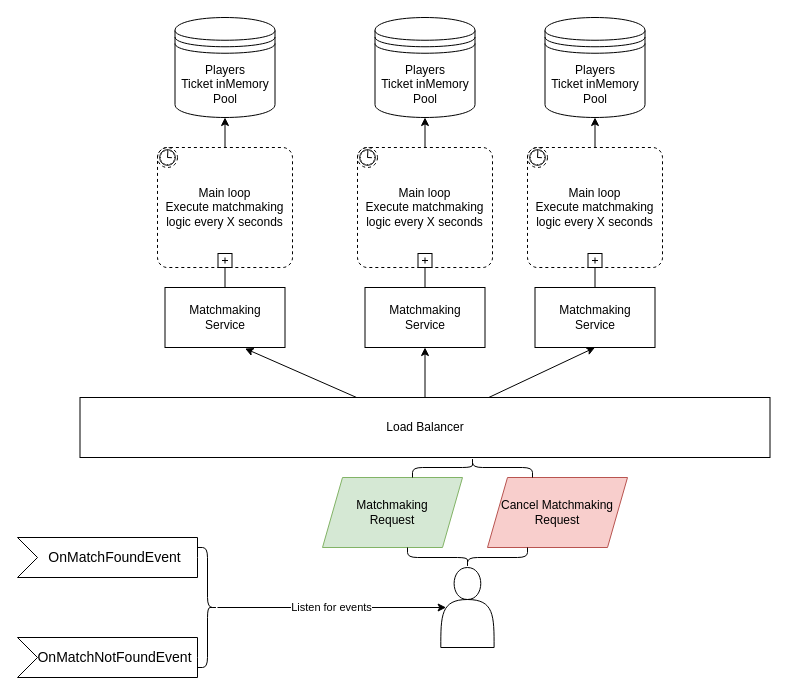
Above: docs/architecture.drawio in eQuid96/matchmaking-test (draw.io), before the change. Source tidied: cells renumbered, new cells numbered last; positions are measured from the earlier drawing's top-left corner, leaving out a move shared by most shapes. Both pictures are drawn from the tidied source at 100%, with x=0, y=0 at pixel (17, 17).
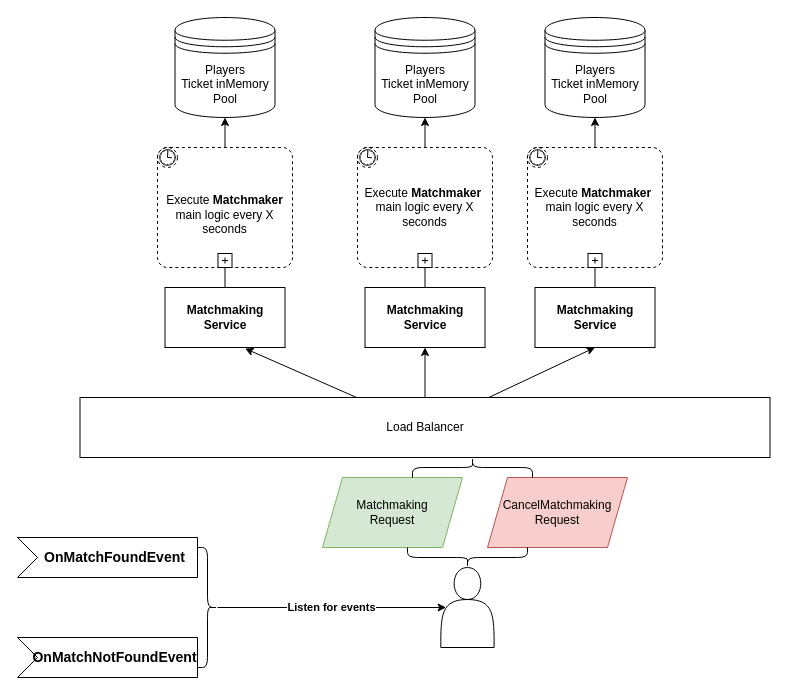
The same page after the edit.

Unchanged cells that the change refers to:
```xml
<mxCell id="9" style="group;" parent="1" vertex="1">
  <mxGeometry y="440" width="610" height="220" as="geometry" />
</mxCell>
<mxCell id="10" style="shape=actor;whiteSpace=wrap;html=1;" parent="9" vertex="1">
  <mxGeometry x="423.3" y="110" width="53.3" height="80" as="geometry" />
</mxCell>
<mxCell id="17" style="shape=curlyBracket;whiteSpace=wrap;html=1;rounded=1;flipH=1;labelPosition=right;verticalLabelPosition=middle;align=left;verticalAlign=middle;" parent="9" vertex="1">
  <mxGeometry x="180" y="90" width="20" height="120" as="geometry" />
</mxCell>
```

What changed in the source:
```diff
@@
-    <mxCell id="3" value="Matchmaking&lt;br&gt;Service" style="rounded=0;whiteSpace=wrap;html=1;" parent="1" vertex="1">
+    <mxCell id="3" value="&lt;b&gt;Matchmaking&lt;br&gt;Service&lt;/b&gt;" style="rounded=0;whiteSpace=wrap;html=1;" parent="1" vertex="1">
       <mxGeometry x="147.5" y="270" width="120" height="60" as="geometry" />
     </mxCell>
@@
-    <mxCell id="11" value="OnMatchFoundEvent" style="html=1;shape=mxgraph.infographic.ribbonSimple;notch1=20;notch2=0;align=center;verticalAlign=middle;fontSize=14;fontStyle=0;fillColor=#FFFFFF;flipH=0;spacingRight=0;spacingLeft=14;" parent="9" vertex="1">
+    <mxCell id="11" value="&lt;b&gt;OnMatchFoundEvent&lt;/b&gt;" style="html=1;shape=mxgraph.infographic.ribbonSimple;notch1=20;notch2=0;align=center;verticalAlign=middle;fontSize=14;fontStyle=0;fillColor=#FFFFFF;flipH=0;spacingRight=0;spacingLeft=14;" parent="9" vertex="1">
       <mxGeometry y="80" width="180" height="40" as="geometry" />
     </mxCell>
-    <mxCell id="12" value="OnMatchNotFoundEvent" style="html=1;shape=mxgraph.infographic.ribbonSimple;notch1=20;notch2=0;align=center;verticalAlign=middle;fontSize=14;fontStyle=0;fillColor=#FFFFFF;flipH=0;spacingRight=0;spacingLeft=14;" parent="9" vertex="1">
+    <mxCell id="12" value="&lt;b&gt;OnMatchNotFoundEvent&lt;/b&gt;" style="html=1;shape=mxgraph.infographic.ribbonSimple;notch1=20;notch2=0;align=center;verticalAlign=middle;fontSize=14;fontStyle=0;fillColor=#FFFFFF;flipH=0;spacingRight=0;spacingLeft=14;" parent="9" vertex="1">
       <mxGeometry y="180" width="180" height="40" as="geometry" />
     </mxCell>
@@
-    <mxCell id="14" value="Cancel Matchmaking&lt;br&gt;Request" style="shape=parallelogram;perimeter=parallelogramPerimeter;whiteSpace=wrap;html=1;fixedSize=1;fillColor=#f8cecc;strokeColor=#b85450;" parent="9" vertex="1">
+    <mxCell id="14" value="CancelMatchmaking&lt;br&gt;Request" style="shape=parallelogram;perimeter=parallelogramPerimeter;whiteSpace=wrap;html=1;fixedSize=1;fillColor=#f8cecc;strokeColor=#b85450;" parent="9" vertex="1">
       <mxGeometry x="470" y="20" width="140" height="70" as="geometry" />
     </mxCell>
@@
-    <mxCell id="16" value="Listen for events" style="edgeStyle=none;html=1;entryX=0.1;entryY=0.5;entryDx=0;entryDy=0;entryPerimeter=0;" parent="9" edge="1" source="17" target="10">
+    <mxCell id="16" value="&lt;b&gt;Listen for events&lt;/b&gt;" style="edgeStyle=none;html=1;entryX=0.1;entryY=0.5;entryDx=0;entryDy=0;entryPerimeter=0;" parent="9" edge="1" source="17" target="10">
       <mxGeometry relative="1" as="geometry" />
     </mxCell>
@@
-    <mxCell id="20" value="Main loop&lt;br&gt;Execute matchmaking logic every X seconds" style="points=[[0.25,0,0],[0.5,0,0],[0.75,0,0],[1,0.25,0],[1,0.5,0],[1,0.75,0],[0.75,1,0],[0.5,1,0],[0.25,1,0],[0,0.75,0],[0,0.5,0],[0,0.25,0]];shape=mxgraph.bpmn.task;whiteSpace=wrap;rectStyle=rounded;size=10;html=1;taskMarker=abstract;bpmnShapeType=subprocess;isLoopSub=1;outline=eventNonint;symbol=timer;" parent="1" vertex="1">
+    <mxCell id="20" value="&lt;br&gt;Execute &lt;b&gt;Matchmaker&lt;/b&gt; main logic every X seconds" style="points=[[0.25,0,0],[0.5,0,0],[0.75,0,0],[1,0.25,0],[1,0.5,0],[1,0.75,0],[0.75,1,0],[0.5,1,0],[0.25,1,0],[0,0.75,0],[0,0.5,0],[0,0.25,0]];shape=mxgraph.bpmn.task;whiteSpace=wrap;rectStyle=rounded;size=10;html=1;taskMarker=abstract;bpmnShapeType=subprocess;isLoopSub=1;outline=eventNonint;symbol=timer;" parent="1" vertex="1">
       <mxGeometry x="140" y="130" width="135" height="120" as="geometry" />
     </mxCell>
@@
-    <mxCell id="22" value="Matchmaking&lt;br&gt;Service" style="rounded=0;whiteSpace=wrap;html=1;" parent="1" vertex="1">
+    <mxCell id="22" value="&lt;b&gt;Matchmaking&lt;br&gt;Service&lt;/b&gt;" style="rounded=0;whiteSpace=wrap;html=1;" parent="1" vertex="1">
       <mxGeometry x="347.5" y="270" width="120" height="60" as="geometry" />
     </mxCell>
@@
-    <mxCell id="25" value="Main loop&lt;br&gt;Execute matchmaking logic every X seconds" style="points=[[0.25,0,0],[0.5,0,0],[0.75,0,0],[1,0.25,0],[1,0.5,0],[1,0.75,0],[0.75,1,0],[0.5,1,0],[0.25,1,0],[0,0.75,0],[0,0.5,0],[0,0.25,0]];shape=mxgraph.bpmn.task;whiteSpace=wrap;rectStyle=rounded;size=10;html=1;taskMarker=abstract;bpmnShapeType=subprocess;isLoopSub=1;outline=eventNonint;symbol=timer;" parent="1" vertex="1">
+    <mxCell id="25" value="Execute&amp;nbsp;&lt;b style=&quot;border-color: var(--border-color);&quot;&gt;Matchmaker&lt;/b&gt;&amp;nbsp;&lt;br&gt;main logic every X seconds" style="points=[[0.25,0,0],[0.5,0,0],[0.75,0,0],[1,0.25,0],[1,0.5,0],[1,0.75,0],[0.75,1,0],[0.5,1,0],[0.25,1,0],[0,0.75,0],[0,0.5,0],[0,0.25,0]];shape=mxgraph.bpmn.task;whiteSpace=wrap;rectStyle=rounded;size=10;html=1;taskMarker=abstract;bpmnShapeType=subprocess;isLoopSub=1;outline=eventNonint;symbol=timer;" parent="1" vertex="1">
       <mxGeometry x="340" y="130" width="135" height="120" as="geometry" />
     </mxCell>
@@
-    <mxCell id="27" value="Matchmaking&lt;br&gt;Service" style="rounded=0;whiteSpace=wrap;html=1;" parent="1" vertex="1">
+    <mxCell id="27" value="&lt;b&gt;Matchmaking&lt;br&gt;Service&lt;/b&gt;" style="rounded=0;whiteSpace=wrap;html=1;" parent="1" vertex="1">
       <mxGeometry x="517.5" y="270" width="120" height="60" as="geometry" />
     </mxCell>
@@
-    <mxCell id="30" value="Main loop&lt;br&gt;Execute matchmaking logic every X seconds" style="points=[[0.25,0,0],[0.5,0,0],[0.75,0,0],[1,0.25,0],[1,0.5,0],[1,0.75,0],[0.75,1,0],[0.5,1,0],[0.25,1,0],[0,0.75,0],[0,0.5,0],[0,0.25,0]];shape=mxgraph.bpmn.task;whiteSpace=wrap;rectStyle=rounded;size=10;html=1;taskMarker=abstract;bpmnShapeType=subprocess;isLoopSub=1;outline=eventNonint;symbol=timer;" parent="1" vertex="1">
+    <mxCell id="30" value="Execute&amp;nbsp;&lt;b style=&quot;border-color: var(--border-color);&quot;&gt;Matchmaker&lt;/b&gt;&amp;nbsp;&lt;br&gt;main logic every X seconds" style="points=[[0.25,0,0],[0.5,0,0],[0.75,0,0],[1,0.25,0],[1,0.5,0],[1,0.75,0],[0.75,1,0],[0.5,1,0],[0.25,1,0],[0,0.75,0],[0,0.5,0],[0,0.25,0]];shape=mxgraph.bpmn.task;whiteSpace=wrap;rectStyle=rounded;size=10;html=1;taskMarker=abstract;bpmnShapeType=subprocess;isLoopSub=1;outline=eventNonint;symbol=timer;" parent="1" vertex="1">
       <mxGeometry x="510" y="130" width="135" height="120" as="geometry" />
     </mxCell>
```
